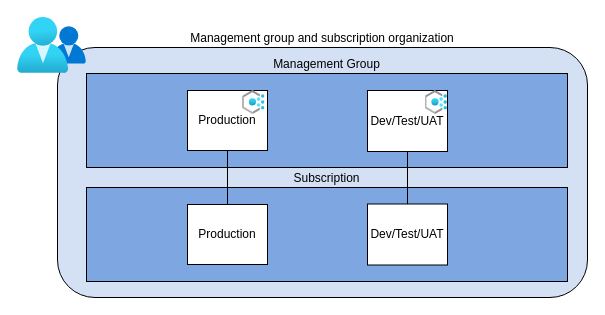
The draw.io diagram Untitled Diagram.drawio in janneeklund/azurediagrams, before the edit. Source tidied: cells renumbered, new cells numbered last; positions are measured from the earlier drawing's top-left corner, leaving out a move shared by most shapes. Both pictures are drawn from the tidied source at 100%, with x=0, y=0 at pixel (17, 17).
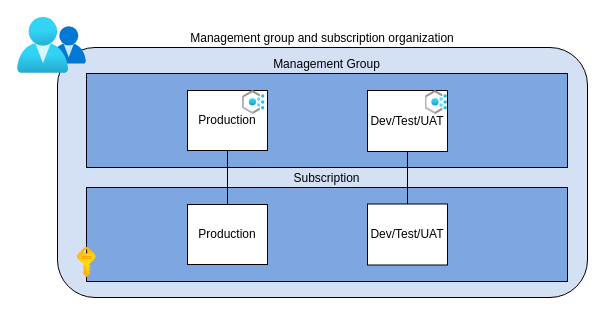
After the change.

The edit, as a diff of the source:
```diff
@@
 <mxGraphModel>
   <root>
     <mxCell id="0" />
     <mxCell id="1" parent="0" />
     <mxCell id="2" value="Management group and subscription organization" style="rounded=1;whiteSpace=wrap;html=1;fillColor=light-dark(#D4E1F5,var(--ge-dark-color, #121212));labelPosition=center;verticalLabelPosition=top;align=center;verticalAlign=bottom;textDirection=ltr;" parent="1" vertex="1">
       <mxGeometry x="40" y="30" width="530" height="250" as="geometry" />
     </mxCell>
     <mxCell id="3" style="image;html=1;align=center;fontSize=12;image=img/lib/azure2/management_governance/My_Customers.svg;" parent="1" vertex="1">
       <mxGeometry width="69" height="56" as="geometry" />
     </mxCell>
     <mxCell id="4" value="Management Group" style="rounded=0;whiteSpace=wrap;html=1;labelPosition=center;verticalLabelPosition=top;align=center;verticalAlign=bottom;fillColor=light-dark(#7EA6E0,var(--ge-dark-color, #121212));" parent="1" vertex="1">
       <mxGeometry x="69" y="56" width="481" height="94" as="geometry" />
     </mxCell>
     <mxCell id="5" value="Production" style="rounded=0;whiteSpace=wrap;html=1;" parent="1" vertex="1">
       <mxGeometry x="170" y="73" width="80" height="60" as="geometry" />
     </mxCell>
     <mxCell id="6" value="Dev/Test/UAT" style="rounded=0;whiteSpace=wrap;html=1;" parent="1" vertex="1">
       <mxGeometry x="350" y="73" width="80" height="61" as="geometry" />
     </mxCell>
     <mxCell id="7" value="Subscription" style="rounded=0;whiteSpace=wrap;html=1;labelPosition=center;verticalLabelPosition=top;align=center;verticalAlign=bottom;fillColor=light-dark(#7EA6E0,var(--ge-dark-color, #121212));" parent="1" vertex="1">
       <mxGeometry x="69" y="170" width="481" height="94" as="geometry" />
     </mxCell>
     <mxCell id="8" style="edgeStyle=orthogonalEdgeStyle;rounded=0;jettySize=auto;html=1;exitX=0.5;exitY=1;exitDx=0;exitDy=0;entryX=0.5;entryY=0;entryDx=0;entryDy=0;endArrow=none;startFill=0;" parent="1" edge="1" source="5" target="10">
       <mxGeometry relative="1" as="geometry" />
     </mxCell>
     <mxCell id="9" style="edgeStyle=orthogonalEdgeStyle;rounded=0;jettySize=auto;html=1;entryX=0.5;entryY=0;entryDx=0;entryDy=0;endArrow=none;startFill=0;" parent="1" edge="1" source="6" target="11">
       <mxGeometry relative="1" as="geometry" />
     </mxCell>
     <mxCell id="10" value="Production" style="rounded=0;whiteSpace=wrap;html=1;" parent="1" vertex="1">
       <mxGeometry x="170" y="187" width="80" height="60" as="geometry" />
     </mxCell>
     <mxCell id="11" value="Dev/Test/UAT" style="rounded=0;whiteSpace=wrap;html=1;" parent="1" vertex="1">
       <mxGeometry x="350" y="186.5" width="80" height="61" as="geometry" />
     </mxCell>
     <mxCell id="12" style="image;html=1;align=center;fontSize=12;image=img/lib/azure2/management_governance/Policy.svg;" parent="1" vertex="1">
       <mxGeometry x="225" y="73" width="22.5" height="24" as="geometry" />
     </mxCell>
     <mxCell id="13" style="image;html=1;align=center;fontSize=12;image=img/lib/azure2/management_governance/Policy.svg;" parent="1" vertex="1">
       <mxGeometry x="407.5" y="73" width="22.5" height="24" as="geometry" />
     </mxCell>
+    <mxCell id="14" style="image;html=1;align=center;fontSize=12;image=img/lib/azure2/general/Subscriptions.svg;" parent="1" vertex="1">
+      <mxGeometry x="60" y="230" width="18.6" height="30" as="geometry" />
+    </mxCell>
   </root>
 </mxGraphModel>
```
